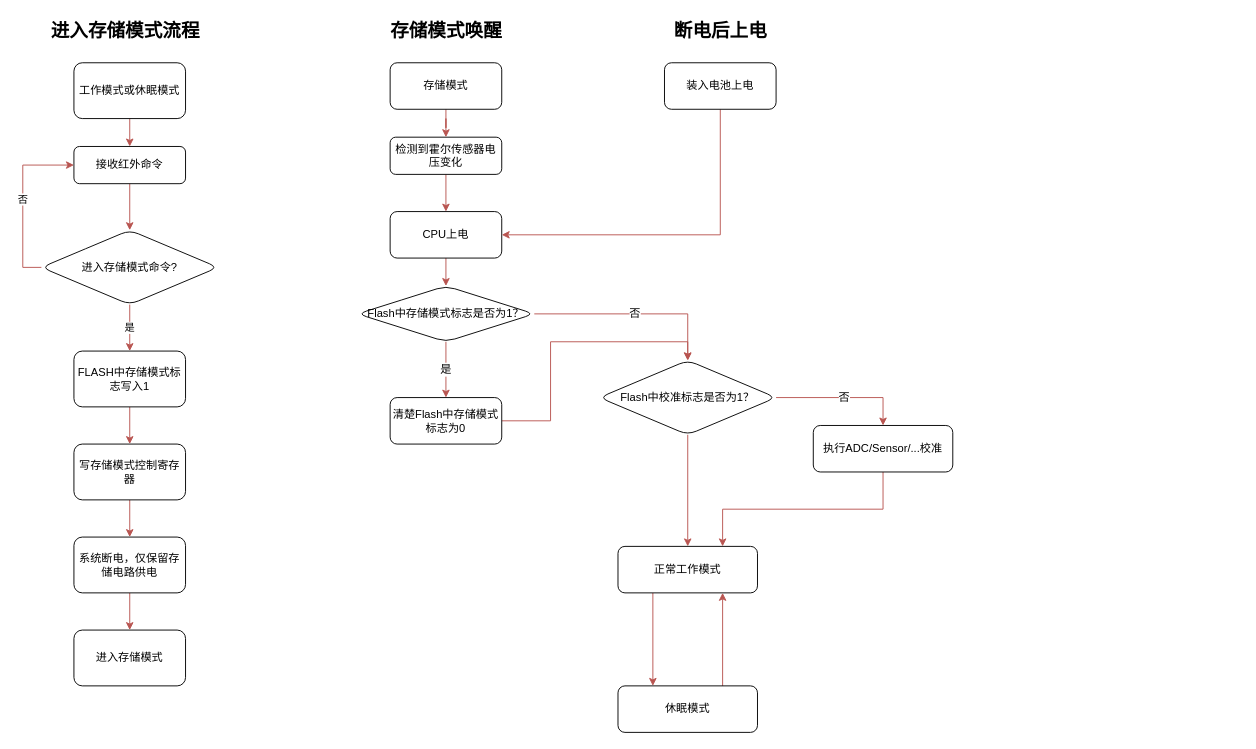
Earlier version of the draw.io diagram page "存储模式" (2 of 2) of Chip Functional Mode.drawio (fenixchen/work). Source tidied: cells renumbered, new cells numbered last; positions are measured from the earlier drawing's top-left corner, leaving out a move shared by most shapes. Both pictures are drawn from the tidied source at 93%, with x=0, y=0 at pixel (41, 16).
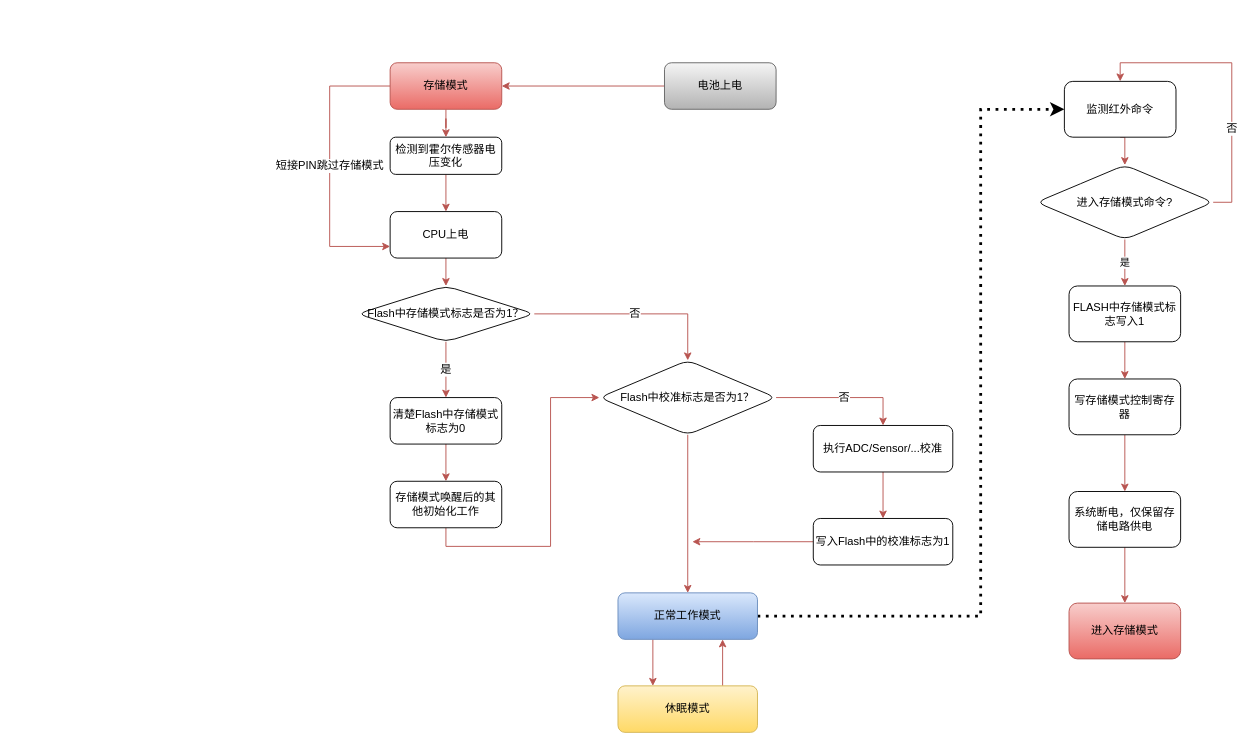
The same diagram, later.

Unchanged cells that the change refers to:
```xml
<mxCell id="23" value="CPU上电" style="whiteSpace=wrap;html=1;rounded=1;" parent="1" vertex="1">
  <mxGeometry x="375" y="210" width="120" height="50" as="geometry" />
</mxCell>
<mxCell id="25" value="清楚Flash中存储模式标志为0" style="whiteSpace=wrap;html=1;rounded=1;" parent="1" vertex="1">
  <mxGeometry x="375" y="410" width="120" height="50" as="geometry" />
</mxCell>
<mxCell id="31" value="Flash中校准标志是否为1？" style="rhombus;whiteSpace=wrap;html=1;rounded=1;" parent="1" vertex="1">
  <mxGeometry x="600" y="370" width="190" height="80" as="geometry" />
</mxCell>
<mxCell id="36" value="执行ADC/Sensor/...校准" style="whiteSpace=wrap;html=1;rounded=1;" parent="1" vertex="1">
  <mxGeometry x="830" y="440" width="150" height="50" as="geometry" />
</mxCell>
```

What changed in the source:
```diff
@@
-    <mxCell id="2" style="edgeStyle=orthogonalEdgeStyle;rounded=0;jettySize=auto;html=1;exitX=0.5;exitY=1;exitDx=0;exitDy=0;entryX=0.5;entryY=0;entryDx=0;entryDy=0;strokeColor=#b85450;fillColor=#f8cecc;" parent="1" edge="1" source="3" target="6">
-      <mxGeometry relative="1" as="geometry" />
-    </mxCell>
-    <mxCell id="3" value="接收红外命令" style="rounded=1;whiteSpace=wrap;html=1;" parent="1" vertex="1">
-      <mxGeometry x="35" y="140" width="120" height="40" as="geometry" />
-    </mxCell>
-    <mxCell id="4" value="否" style="edgeStyle=orthogonalEdgeStyle;rounded=0;jettySize=auto;html=1;exitX=0;exitY=0.5;exitDx=0;exitDy=0;entryX=0;entryY=0.5;entryDx=0;entryDy=0;strokeColor=#b85450;fillColor=#f8cecc;" parent="1" edge="1" source="6" target="3">
-      <mxGeometry relative="1" as="geometry" />
-    </mxCell>
-    <mxCell id="5" value="是" style="edgeStyle=orthogonalEdgeStyle;rounded=0;jettySize=auto;html=1;strokeColor=#b85450;fillColor=#f8cecc;" parent="1" edge="1" source="6" target="8">
-      <mxGeometry relative="1" as="geometry" />
-    </mxCell>
-    <mxCell id="6" value="进入存储模式命令?" style="rhombus;whiteSpace=wrap;html=1;rounded=1;" parent="1" vertex="1">
-      <mxGeometry y="230" width="190" height="80" as="geometry" />
-    </mxCell>
-    <mxCell id="7" style="edgeStyle=orthogonalEdgeStyle;rounded=0;jettySize=auto;html=1;strokeColor=#b85450;fillColor=#f8cecc;" parent="1" edge="1" source="8" target="10">
-      <mxGeometry relative="1" as="geometry" />
-    </mxCell>
-    <mxCell id="8" value="FLASH中存储模式标志写入1" style="whiteSpace=wrap;html=1;rounded=1;" parent="1" vertex="1">
-      <mxGeometry x="35" y="360" width="120" height="60" as="geometry" />
-    </mxCell>
-    <mxCell id="9" style="edgeStyle=orthogonalEdgeStyle;rounded=0;jettySize=auto;html=1;strokeColor=#b85450;fillColor=#f8cecc;" parent="1" edge="1" source="10" target="14">
-      <mxGeometry relative="1" as="geometry" />
-    </mxCell>
-    <mxCell id="10" value="写存储模式控制寄存器" style="whiteSpace=wrap;html=1;rounded=1;" parent="1" vertex="1">
-      <mxGeometry x="35" y="460" width="120" height="60" as="geometry" />
-    </mxCell>
-    <mxCell id="11" style="edgeStyle=orthogonalEdgeStyle;rounded=0;jettySize=auto;html=1;exitX=0.5;exitY=1;exitDx=0;exitDy=0;entryX=0.5;entryY=0;entryDx=0;entryDy=0;strokeColor=#b85450;fillColor=#f8cecc;" parent="1" edge="1" source="12" target="3">
-      <mxGeometry relative="1" as="geometry" />
-    </mxCell>
-    <mxCell id="12" value="工作模式或休眠模式" style="whiteSpace=wrap;html=1;rounded=1;" parent="1" vertex="1">
-      <mxGeometry x="35" y="50" width="120" height="60" as="geometry" />
-    </mxCell>
-    <mxCell id="13" style="edgeStyle=orthogonalEdgeStyle;rounded=0;jettySize=auto;html=1;strokeColor=#b85450;fillColor=#f8cecc;" parent="1" edge="1" source="14" target="15">
-      <mxGeometry relative="1" as="geometry" />
-    </mxCell>
-    <mxCell id="14" value="系统断电，仅保留存储电路供电" style="whiteSpace=wrap;html=1;rounded=1;" parent="1" vertex="1">
-      <mxGeometry x="35" y="560" width="120" height="60" as="geometry" />
-    </mxCell>
-    <mxCell id="15" value="进入存储模式" style="whiteSpace=wrap;html=1;rounded=1;" parent="1" vertex="1">
-      <mxGeometry x="35" y="660" width="120" height="60" as="geometry" />
-    </mxCell>
-    <mxCell id="16" value="进入存储模式流程" style="text;html=1;align=center;verticalAlign=middle;fillColor=none;strokeColor=none;rounded=0;fontSize=20;fontStyle=1;" parent="1" vertex="1">
-      <mxGeometry width="180" height="30" as="geometry" />
-    </mxCell>
@@
+    <mxCell id="41" value="短接PIN跳过存储模式" style="edgeStyle=orthogonalEdgeStyle;rounded=0;jettySize=auto;html=1;exitX=0;exitY=0.5;exitDx=0;exitDy=0;entryX=0;entryY=0.75;entryDx=0;entryDy=0;fontSize=12;strokeColor=#b85450;fillColor=#f8cecc;" parent="1" edge="1" source="18" target="23">
+      <mxGeometry relative="1" as="geometry">
+        <Array as="points">
+          <mxPoint x="310" y="75" />
+          <mxPoint x="310" y="248" />
+        </Array>
+      </mxGeometry>
+    </mxCell>
-    <mxCell id="18" value="存储模式" style="whiteSpace=wrap;html=1;rounded=1;" parent="1" vertex="1">
+    <mxCell id="18" value="存储模式" style="whiteSpace=wrap;html=1;rounded=1;fillColor=#f8cecc;gradientColor=#ea6b66;strokeColor=#b85450;" parent="1" vertex="1">
       <mxGeometry x="375" y="50" width="120" height="50" as="geometry" />
     </mxCell>
-    <mxCell id="19" value="存储模式唤醒" style="text;html=1;align=center;verticalAlign=middle;fillColor=none;strokeColor=none;rounded=0;fontSize=20;fontStyle=1;" parent="1" vertex="1">
-      <mxGeometry x="365" width="140" height="30" as="geometry" />
-    </mxCell>
@@
-    <mxCell id="24" style="edgeStyle=orthogonalEdgeStyle;rounded=0;jettySize=auto;html=1;exitX=1;exitY=0.5;exitDx=0;exitDy=0;entryX=0.5;entryY=0;entryDx=0;entryDy=0;fontSize=12;strokeColor=#b85450;fillColor=#f8cecc;" parent="1" edge="1" source="25" target="31">
-      <mxGeometry relative="1" as="geometry" />
-    </mxCell>
+    <mxCell id="42" style="edgeStyle=orthogonalEdgeStyle;rounded=0;jettySize=auto;html=1;exitX=0.5;exitY=1;exitDx=0;exitDy=0;entryX=0.5;entryY=0;entryDx=0;entryDy=0;fontSize=12;strokeColor=#b85450;fillColor=#f8cecc;" parent="1" edge="1" source="25" target="49">
+      <mxGeometry relative="1" as="geometry" />
+    </mxCell>
@@
-    <mxCell id="32" style="edgeStyle=orthogonalEdgeStyle;rounded=0;jettySize=auto;html=1;exitX=0.5;exitY=1;exitDx=0;exitDy=0;entryX=1;entryY=0.5;entryDx=0;entryDy=0;fontSize=20;strokeColor=#b85450;fillColor=#f8cecc;" parent="1" edge="1" source="33" target="23">
-      <mxGeometry relative="1" as="geometry" />
-    </mxCell>
+    <mxCell id="43" style="edgeStyle=orthogonalEdgeStyle;rounded=0;jettySize=auto;html=1;exitX=0;exitY=0.5;exitDx=0;exitDy=0;entryX=1;entryY=0.5;entryDx=0;entryDy=0;fontSize=12;strokeColor=#b85450;fillColor=#f8cecc;" parent="1" edge="1" source="33" target="18">
+      <mxGeometry relative="1" as="geometry" />
+    </mxCell>
-    <mxCell id="33" value="装入电池上电" style="whiteSpace=wrap;html=1;rounded=1;" parent="1" vertex="1">
+    <mxCell id="33" value="电池上电" style="whiteSpace=wrap;html=1;rounded=1;fillColor=#f5f5f5;gradientColor=#b3b3b3;strokeColor=#666666;" parent="1" vertex="1">
       <mxGeometry x="670" y="50" width="120" height="50" as="geometry" />
     </mxCell>
-    <mxCell id="34" value="断电后上电" style="text;html=1;align=center;verticalAlign=middle;fillColor=none;strokeColor=none;rounded=0;fontSize=20;fontStyle=1;" parent="1" vertex="1">
-      <mxGeometry x="670" width="120" height="30" as="geometry" />
-    </mxCell>
-    <mxCell id="35" style="edgeStyle=orthogonalEdgeStyle;rounded=0;jettySize=auto;html=1;exitX=0.5;exitY=1;exitDx=0;exitDy=0;entryX=0.75;entryY=0;entryDx=0;entryDy=0;fontSize=12;strokeColor=#b85450;fillColor=#f8cecc;" parent="1" edge="1" source="36" target="38">
-      <mxGeometry relative="1" as="geometry" />
-    </mxCell>
+    <mxCell id="44" style="edgeStyle=orthogonalEdgeStyle;rounded=0;jettySize=auto;html=1;exitX=0.5;exitY=1;exitDx=0;exitDy=0;fontSize=12;strokeColor=#b85450;fillColor=#f8cecc;" parent="1" edge="1" source="36" target="47">
+      <mxGeometry relative="1" as="geometry" />
+    </mxCell>
@@
+    <mxCell id="45" style="edgeStyle=orthogonalEdgeStyle;rounded=0;jettySize=auto;html=1;exitX=1;exitY=0.5;exitDx=0;exitDy=0;entryX=0;entryY=0.5;entryDx=0;entryDy=0;fontSize=12;strokeColor=default;fillColor=#f8cecc;dashed=1;dashPattern=1 2;strokeWidth=3;" parent="1" edge="1" source="38" target="51">
+      <mxGeometry relative="1" as="geometry">
+        <Array as="points">
+          <mxPoint x="1010" y="645" />
+          <mxPoint x="1010" y="100" />
+        </Array>
+      </mxGeometry>
+    </mxCell>
-    <mxCell id="38" value="正常工作模式" style="whiteSpace=wrap;html=1;rounded=1;" parent="1" vertex="1">
-      <mxGeometry x="620" y="570" width="150" height="50" as="geometry" />
+    <mxCell id="38" value="正常工作模式" style="whiteSpace=wrap;html=1;rounded=1;fillColor=#dae8fc;gradientColor=#7ea6e0;strokeColor=#6c8ebf;" parent="1" vertex="1">
+      <mxGeometry x="620" y="620" width="150" height="50" as="geometry" />
     </mxCell>
@@
-    <mxCell id="40" value="休眠模式" style="whiteSpace=wrap;html=1;rounded=1;" parent="1" vertex="1">
+    <mxCell id="40" value="休眠模式" style="whiteSpace=wrap;html=1;rounded=1;fillColor=#fff2cc;gradientColor=#ffd966;strokeColor=#d6b656;" parent="1" vertex="1">
       <mxGeometry x="620" y="720" width="150" height="50" as="geometry" />
     </mxCell>
+    <mxCell id="46" style="edgeStyle=orthogonalEdgeStyle;rounded=0;jettySize=auto;html=1;exitX=0;exitY=0.5;exitDx=0;exitDy=0;fontSize=12;strokeColor=#b85450;fillColor=#f8cecc;" parent="1" edge="1" source="47">
+      <mxGeometry relative="1" as="geometry">
+        <mxPoint x="700" y="565" as="targetPoint" />
+      </mxGeometry>
+    </mxCell>
+    <mxCell id="47" value="写入Flash中的校准标志为1" style="whiteSpace=wrap;html=1;rounded=1;" parent="1" vertex="1">
+      <mxGeometry x="830" y="540" width="150" height="50" as="geometry" />
+    </mxCell>
+    <mxCell id="48" style="edgeStyle=orthogonalEdgeStyle;rounded=0;jettySize=auto;html=1;exitX=0.5;exitY=1;exitDx=0;exitDy=0;entryX=0;entryY=0.5;entryDx=0;entryDy=0;fontSize=12;strokeColor=#b85450;fillColor=#f8cecc;" parent="1" edge="1" source="49" target="31">
+      <mxGeometry relative="1" as="geometry" />
+    </mxCell>
+    <mxCell id="49" value="存储模式唤醒后的其他初始化工作" style="whiteSpace=wrap;html=1;rounded=1;" parent="1" vertex="1">
+      <mxGeometry x="375" y="500" width="120" height="50" as="geometry" />
+    </mxCell>
+    <mxCell id="5" value="是" style="edgeStyle=orthogonalEdgeStyle;rounded=0;jettySize=auto;html=1;strokeColor=#b85450;fillColor=#f8cecc;" parent="1" edge="1" source="6" target="8">
+      <mxGeometry relative="1" as="geometry" />
+    </mxCell>
+    <mxCell id="4" value="否" style="edgeStyle=orthogonalEdgeStyle;rounded=0;jettySize=auto;html=1;exitX=1;exitY=0.5;exitDx=0;exitDy=0;entryX=0.5;entryY=0;entryDx=0;entryDy=0;fontSize=12;strokeColor=#b85450;fillColor=#f8cecc;" parent="1" edge="1" source="6" target="51">
+      <mxGeometry x="-0.36" relative="1" as="geometry" />
+    </mxCell>
+    <mxCell id="6" value="进入存储模式命令?" style="rhombus;whiteSpace=wrap;html=1;rounded=1;" parent="1" vertex="1">
+      <mxGeometry x="1070" y="160" width="190" height="80" as="geometry" />
+    </mxCell>
+    <mxCell id="7" style="edgeStyle=orthogonalEdgeStyle;rounded=0;jettySize=auto;html=1;strokeColor=#b85450;fillColor=#f8cecc;" parent="1" edge="1" source="8" target="10">
+      <mxGeometry relative="1" as="geometry" />
+    </mxCell>
+    <mxCell id="8" value="FLASH中存储模式标志写入1" style="whiteSpace=wrap;html=1;rounded=1;" parent="1" vertex="1">
+      <mxGeometry x="1105" y="290" width="120" height="60" as="geometry" />
+    </mxCell>
+    <mxCell id="9" style="edgeStyle=orthogonalEdgeStyle;rounded=0;jettySize=auto;html=1;strokeColor=#b85450;fillColor=#f8cecc;" parent="1" edge="1" source="10" target="14">
+      <mxGeometry relative="1" as="geometry" />
+    </mxCell>
+    <mxCell id="10" value="写存储模式控制寄存器" style="whiteSpace=wrap;html=1;rounded=1;" parent="1" vertex="1">
+      <mxGeometry x="1105" y="390" width="120" height="60" as="geometry" />
+    </mxCell>
+    <mxCell id="13" style="edgeStyle=orthogonalEdgeStyle;rounded=0;jettySize=auto;html=1;strokeColor=#b85450;fillColor=#f8cecc;" parent="1" edge="1" source="14" target="15">
+      <mxGeometry relative="1" as="geometry" />
+    </mxCell>
+    <mxCell id="14" value="系统断电，仅保留存储电路供电" style="whiteSpace=wrap;html=1;rounded=1;" parent="1" vertex="1">
+      <mxGeometry x="1105" y="511" width="120" height="60" as="geometry" />
+    </mxCell>
+    <mxCell id="15" value="进入存储模式" style="whiteSpace=wrap;html=1;rounded=1;fillColor=#f8cecc;gradientColor=#ea6b66;strokeColor=#b85450;" parent="1" vertex="1">
+      <mxGeometry x="1105" y="631" width="120" height="60" as="geometry" />
+    </mxCell>
+    <mxCell id="50" style="edgeStyle=orthogonalEdgeStyle;rounded=0;jettySize=auto;html=1;exitX=0.5;exitY=1;exitDx=0;exitDy=0;entryX=0.5;entryY=0;entryDx=0;entryDy=0;fontSize=12;strokeColor=#b85450;fillColor=#f8cecc;" parent="1" edge="1" source="51" target="6">
+      <mxGeometry relative="1" as="geometry" />
+    </mxCell>
+    <mxCell id="51" value="监测红外命令" style="whiteSpace=wrap;html=1;rounded=1;" parent="1" vertex="1">
+      <mxGeometry x="1100" y="70" width="120" height="60" as="geometry" />
+    </mxCell>
```
